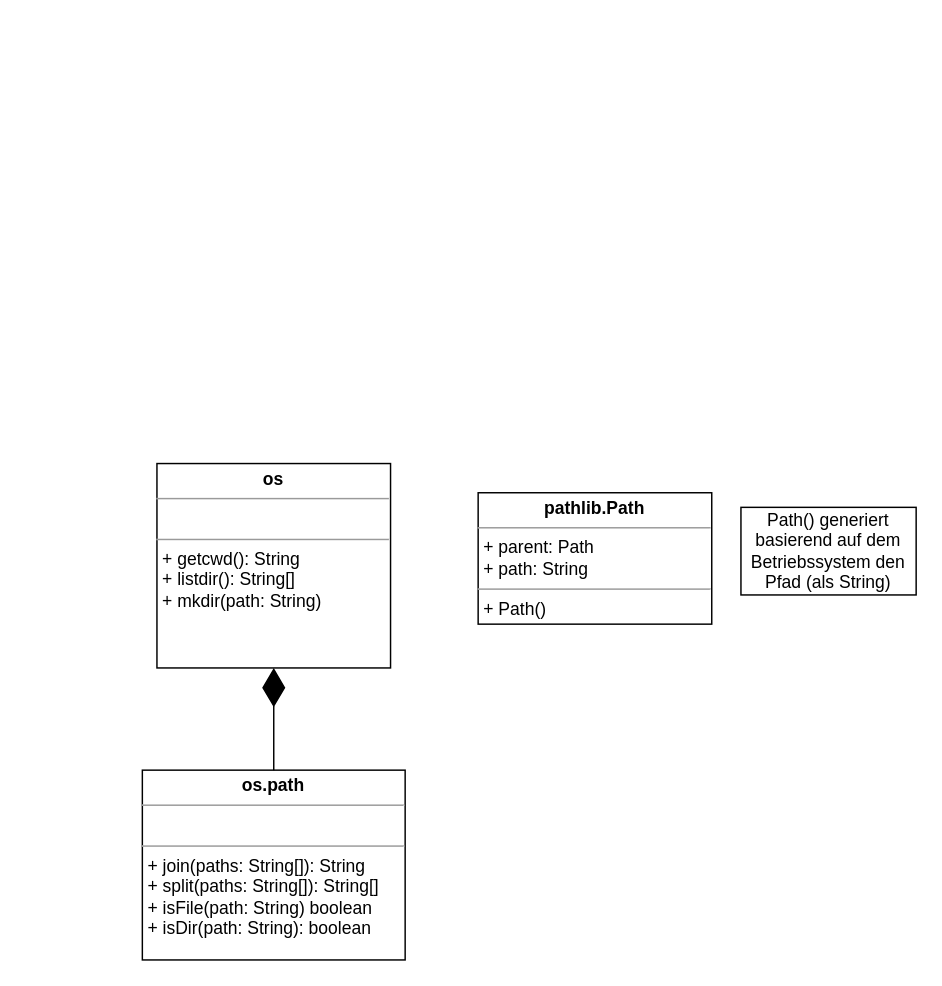
soerenray/MatFlow keeps this draw.io diagram as entwurf/external_modules.drawio. Above is the earlier version. Source tidied: cells renumbered, new cells numbered last; positions are measured from the earlier drawing's top-left corner, leaving out a move shared by most shapes. Both pictures are drawn from the tidied source at 146%, with x=0, y=0 at pixel (142, 463).
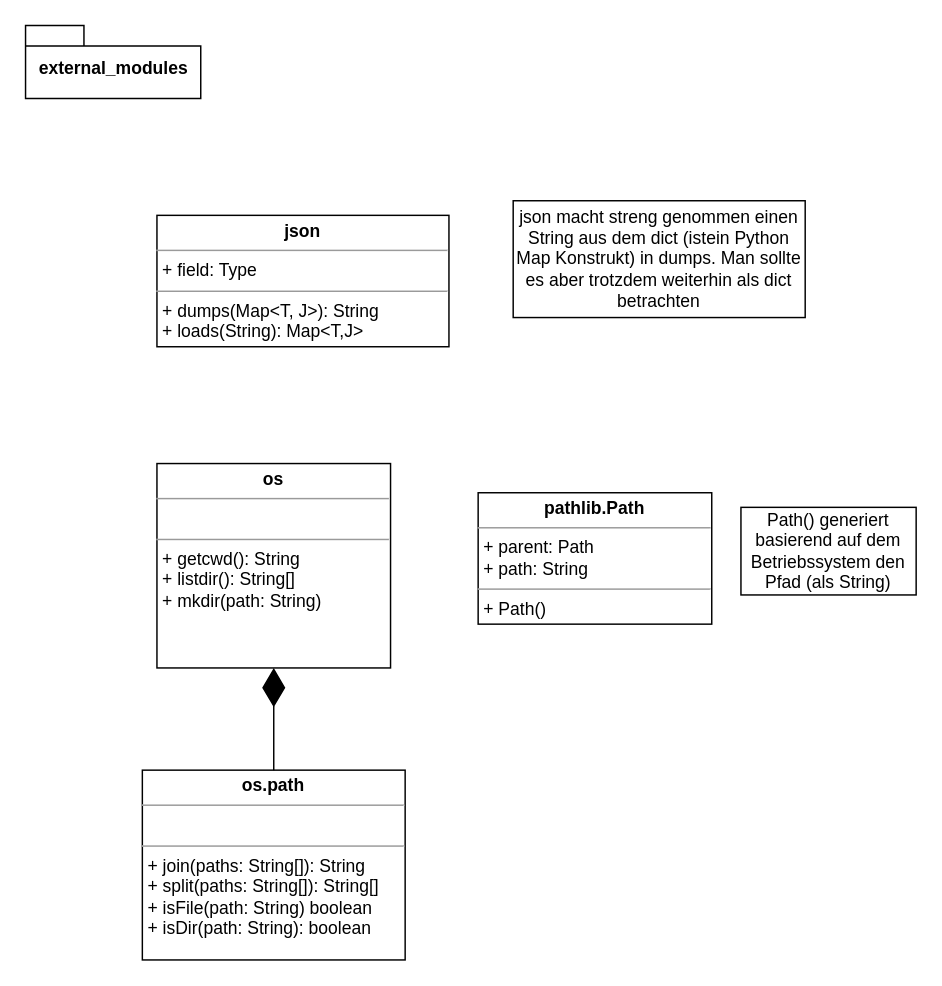
The same page after the edit.

The edit, as a diff of the source:
```diff
@@
 <mxGraphModel>
   <root>
     <mxCell id="0" />
     <mxCell id="1" parent="0" />
     <mxCell id="2" value="&lt;p style=&quot;margin: 0px ; margin-top: 4px ; text-align: center&quot;&gt;&lt;b&gt;pathlib.Path&lt;/b&gt;&lt;/p&gt;&lt;hr size=&quot;1&quot;&gt;&lt;p style=&quot;margin: 0px ; margin-left: 4px&quot;&gt;+ parent: Path&lt;/p&gt;&lt;p style=&quot;margin: 0px ; margin-left: 4px&quot;&gt;+ path: String&lt;/p&gt;&lt;hr size=&quot;1&quot;&gt;&lt;p style=&quot;margin: 0px ; margin-left: 4px&quot;&gt;+ Path()&lt;/p&gt;" style="verticalAlign=top;align=left;overflow=fill;fontSize=12;fontFamily=Helvetica;html=1;" parent="1" vertex="1">
       <mxGeometry x="230" y="20" width="160" height="90" as="geometry" />
     </mxCell>
     <mxCell id="3" value="Path() generiert basierend auf dem Betriebssystem den Pfad (als String)" style="rounded=0;whiteSpace=wrap;html=1;" parent="1" vertex="1">
       <mxGeometry x="410" y="30" width="120" height="60" as="geometry" />
     </mxCell>
     <mxCell id="4" value="&lt;p style=&quot;margin: 0px ; margin-top: 4px ; text-align: center&quot;&gt;&lt;b&gt;os&lt;/b&gt;&lt;/p&gt;&lt;hr size=&quot;1&quot;&gt;&lt;p style=&quot;margin: 0px ; margin-left: 4px&quot;&gt;&lt;br&gt;&lt;/p&gt;&lt;hr size=&quot;1&quot;&gt;&lt;p style=&quot;margin: 0px 0px 0px 4px&quot;&gt;+ getcwd(): String&lt;/p&gt;&lt;p style=&quot;margin: 0px 0px 0px 4px&quot;&gt;+ listdir(): String[]&lt;/p&gt;&lt;p style=&quot;margin: 0px 0px 0px 4px&quot;&gt;+ mkdir(path: String)&lt;br&gt;&lt;/p&gt;&lt;div&gt;&lt;br&gt;&lt;/div&gt;" style="verticalAlign=top;align=left;overflow=fill;fontSize=12;fontFamily=Helvetica;html=1;" parent="1" vertex="1">
       <mxGeometry x="10" width="160" height="140" as="geometry" />
     </mxCell>
     <mxCell id="5" value="&lt;p style=&quot;margin: 0px ; margin-top: 4px ; text-align: center&quot;&gt;&lt;b&gt;os.path&lt;/b&gt;&lt;/p&gt;&lt;hr size=&quot;1&quot;&gt;&lt;p style=&quot;margin: 0px ; margin-left: 4px&quot;&gt;&lt;br&gt;&lt;/p&gt;&lt;hr size=&quot;1&quot;&gt;&lt;p style=&quot;margin: 0px ; margin-left: 4px&quot;&gt;+ join(paths: String[]): String&lt;br&gt;&lt;/p&gt;&lt;p style=&quot;margin: 0px ; margin-left: 4px&quot;&gt;+ split(paths: String[]): String[]&lt;/p&gt;&lt;p style=&quot;margin: 0px ; margin-left: 4px&quot;&gt;+ isFile(path: String) boolean&lt;/p&gt;&lt;p style=&quot;margin: 0px ; margin-left: 4px&quot;&gt;+ isDir(path: String): boolean&lt;/p&gt;&lt;p style=&quot;margin: 0px ; margin-left: 4px&quot;&gt;&lt;br&gt;&lt;/p&gt;&lt;p style=&quot;margin: 0px ; margin-left: 4px&quot;&gt;&lt;br&gt;&lt;/p&gt;&lt;p style=&quot;margin: 0px ; margin-left: 4px&quot;&gt;&lt;br&gt;&lt;/p&gt;" style="verticalAlign=top;align=left;overflow=fill;fontSize=12;fontFamily=Helvetica;html=1;" parent="1" vertex="1">
       <mxGeometry y="210" width="180" height="130" as="geometry" />
     </mxCell>
     <mxCell id="6" style="endArrow=diamondThin;endFill=1;endSize=24;html=1;rounded=0;" parent="1" edge="1">
       <mxGeometry relative="1" as="geometry">
         <mxPoint x="90" y="210" as="sourcePoint" />
         <mxPoint x="90" y="140" as="targetPoint" />
       </mxGeometry>
     </mxCell>
+    <mxCell id="7" value="external_modules" style="shape=folder;fontStyle=1;spacingTop=10;tabWidth=40;tabHeight=14;tabPosition=left;html=1;" parent="1" vertex="1">
+      <mxGeometry x="-80" y="-300" width="120" height="50" as="geometry" />
+    </mxCell>
+    <mxCell id="8" value="&lt;p style=&quot;margin: 0px ; margin-top: 4px ; text-align: center&quot;&gt;&lt;b&gt;json&lt;/b&gt;&lt;/p&gt;&lt;hr size=&quot;1&quot;&gt;&lt;p style=&quot;margin: 0px ; margin-left: 4px&quot;&gt;+ field: Type&lt;/p&gt;&lt;hr size=&quot;1&quot;&gt;&lt;p style=&quot;margin: 0px ; margin-left: 4px&quot;&gt;+ dumps(Map&amp;lt;T, J&amp;gt;): String&lt;/p&gt;&lt;p style=&quot;margin: 0px ; margin-left: 4px&quot;&gt;+ loads(String): Map&amp;lt;T,J&amp;gt;&lt;/p&gt;" style="verticalAlign=top;align=left;overflow=fill;fontSize=12;fontFamily=Helvetica;html=1;" parent="1" vertex="1">
+      <mxGeometry x="10" y="-170" width="200" height="90" as="geometry" />
+    </mxCell>
+    <mxCell id="9" value="json macht streng genommen einen String aus dem dict (istein Python Map Konstrukt) in dumps. Man sollte es aber trotzdem weiterhin als dict betrachten" style="rounded=0;whiteSpace=wrap;html=1;" parent="1" vertex="1">
+      <mxGeometry x="254" y="-180" width="200" height="80" as="geometry" />
+    </mxCell>
   </root>
 </mxGraphModel>
```
